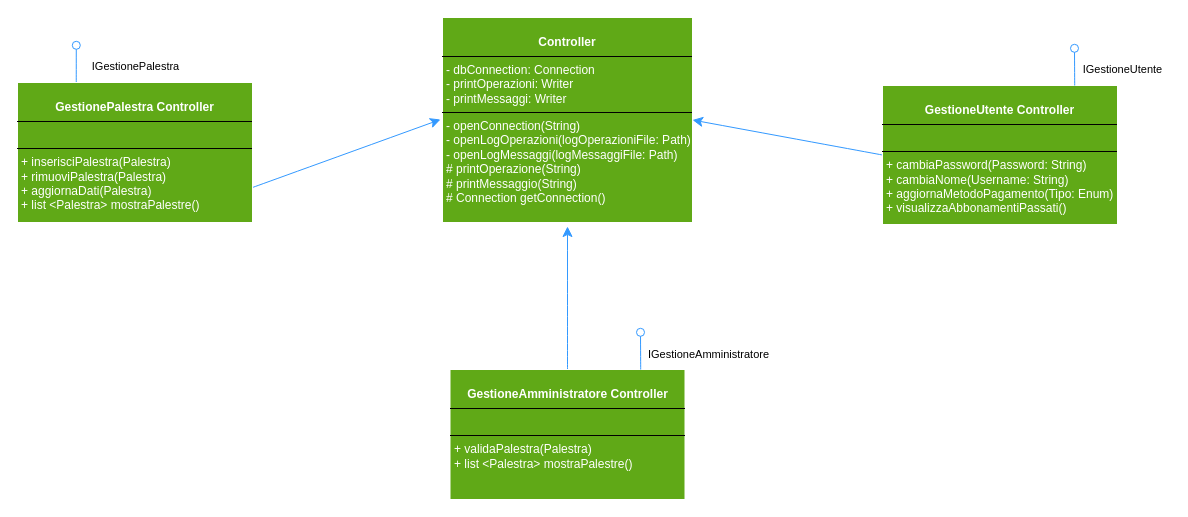
The draw.io diagram Diagrammi_Package/gestioneUtente2.drawio in JosephBoom02/Progetto_Ingegneria_del_Software, before the edit. Source tidied: cells renumbered, new cells numbered last; positions are measured from the earlier drawing's top-left corner, leaving out a move shared by most shapes. Both pictures are drawn from the tidied source at 100%, with x=0, y=0 at pixel (17, 17).
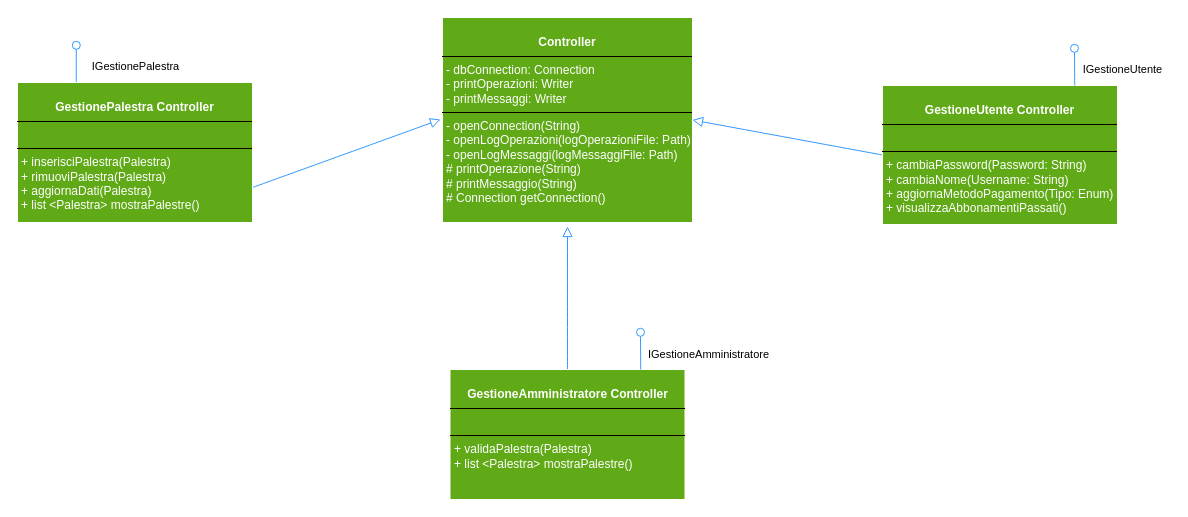
The same page after the edit.

Diff of the diagram source:
```diff
@@
 <mxGraphModel>
   <root>
     <mxCell id="0" />
     <mxCell id="1" parent="0" />
-    <mxCell id="2" style="edgeStyle=none;curved=1;rounded=0;jettySize=auto;html=1;exitX=0;exitY=0.5;exitDx=0;exitDy=0;entryX=1;entryY=0.5;entryDx=0;entryDy=0;fontSize=12;startSize=8;endSize=8;strokeColor=#3399FF;" parent="1" edge="1" source="3" target="9">
+    <mxCell id="2" style="edgeStyle=none;curved=1;rounded=0;jettySize=auto;html=1;exitX=0;exitY=0.5;exitDx=0;exitDy=0;entryX=1;entryY=0.5;entryDx=0;entryDy=0;fontSize=12;startSize=8;endSize=8;strokeColor=#3399FF;endArrow=block;endFill=0;" parent="1" edge="1" source="3" target="9">
       <mxGeometry relative="1" as="geometry" />
     </mxCell>
     <mxCell id="3" value="&lt;p style=&quot;margin:0px;margin-top:4px;text-align:center;&quot;&gt;&lt;font color=&quot;#ffffff&quot;&gt;&lt;br&gt;&lt;b&gt;GestioneUtente Controller&lt;br&gt;&lt;/b&gt;&lt;/font&gt;&lt;/p&gt;&lt;hr size=&quot;1&quot; style=&quot;border-style:solid;&quot;&gt;&lt;p style=&quot;margin:0px;margin-left:4px;&quot;&gt;&lt;font color=&quot;#ffffff&quot;&gt;&lt;br&gt;&lt;/font&gt;&lt;/p&gt;&lt;hr size=&quot;1&quot; style=&quot;border-style:solid;&quot;&gt;&lt;p style=&quot;margin:0px;margin-left:4px;&quot;&gt;&lt;font color=&quot;#ffffff&quot;&gt;+ cambiaPassword(Password: String)&amp;nbsp;&lt;/font&gt;&lt;/p&gt;&lt;p style=&quot;margin:0px;margin-left:4px;&quot;&gt;&lt;font color=&quot;#ffffff&quot;&gt;+ cambiaNome(Username: String)&lt;br&gt;&lt;/font&gt;&lt;/p&gt;&lt;p style=&quot;margin:0px;margin-left:4px;&quot;&gt;&lt;font color=&quot;#ffffff&quot;&gt;+ aggiornaMetodoPagamento(Tipo: Enum)&lt;br&gt;&lt;/font&gt;&lt;/p&gt;&lt;p style=&quot;margin:0px;margin-left:4px;&quot;&gt;&lt;font color=&quot;#ffffff&quot;&gt;+ visualizzaAbbonamentiPassati()&lt;br&gt;&lt;/font&gt;&lt;/p&gt;" style="verticalAlign=top;align=left;overflow=fill;html=1;whiteSpace=wrap;fillColor=#60A917;strokeColor=#FFFFFF;" parent="1" vertex="1">
       <mxGeometry x="865" y="68" width="235" height="139" as="geometry" />
     </mxCell>
-    <mxCell id="4" style="edgeStyle=none;curved=1;rounded=0;jettySize=auto;html=1;exitX=1;exitY=0.75;exitDx=0;exitDy=0;fontSize=12;startSize=8;endSize=8;strokeColor=#3399FF;" parent="1" edge="1" source="6">
+    <mxCell id="4" style="edgeStyle=none;curved=1;rounded=0;jettySize=auto;html=1;exitX=1;exitY=0.75;exitDx=0;exitDy=0;fontSize=12;startSize=8;endSize=8;strokeColor=#3399FF;endArrow=block;endFill=0;" parent="1" edge="1" source="6">
       <mxGeometry relative="1" as="geometry">
         <mxPoint x="423" y="102" as="targetPoint" />
       </mxGeometry>
     </mxCell>
     <mxCell id="5" style="edgeStyle=none;curved=1;rounded=0;jettySize=auto;html=1;exitX=0.25;exitY=0;exitDx=0;exitDy=0;fontSize=12;startSize=8;endSize=8;endArrow=oval;endFill=0;strokeColor=#3399FF;" parent="1" edge="1" source="6">
       <mxGeometry relative="1" as="geometry">
         <mxPoint x="58.8" y="27.8" as="targetPoint" />
       </mxGeometry>
     </mxCell>
     <mxCell id="6" value="&lt;p style=&quot;margin:0px;margin-top:4px;text-align:center;&quot;&gt;&lt;font color=&quot;#ffffff&quot;&gt;&lt;br&gt;&lt;b&gt;GestionePalestra Controller&lt;br&gt;&lt;/b&gt;&lt;/font&gt;&lt;/p&gt;&lt;hr size=&quot;1&quot; style=&quot;border-style:solid;&quot;&gt;&lt;p style=&quot;margin:0px;margin-left:4px;&quot;&gt;&lt;font color=&quot;#ffffff&quot;&gt;&lt;br&gt;&lt;/font&gt;&lt;/p&gt;&lt;hr size=&quot;1&quot; style=&quot;border-style:solid;&quot;&gt;&lt;p style=&quot;margin:0px;margin-left:4px;&quot;&gt;&lt;font color=&quot;#ffffff&quot;&gt;+ inserisciPalestra(Palestra)&lt;/font&gt;&lt;/p&gt;&lt;p style=&quot;margin:0px;margin-left:4px;&quot;&gt;&lt;font color=&quot;#ffffff&quot;&gt;+ rimuoviPalestra(Palestra)&lt;/font&gt;&lt;/p&gt;&lt;p style=&quot;margin:0px;margin-left:4px;&quot;&gt;&lt;font color=&quot;#ffffff&quot;&gt;+ aggiornaDati(Palestra)&lt;/font&gt;&lt;/p&gt;&lt;p style=&quot;margin:0px;margin-left:4px;&quot;&gt;&lt;font color=&quot;#ffffff&quot;&gt;+ list &amp;lt;Palestra&amp;gt; mostraPalestre()&lt;br&gt;&lt;/font&gt;&lt;/p&gt;" style="verticalAlign=top;align=left;overflow=fill;html=1;whiteSpace=wrap;fillColor=#60A917;strokeColor=#FFFFFF;" parent="1" vertex="1">
       <mxGeometry y="65" width="235" height="140" as="geometry" />
     </mxCell>
-    <mxCell id="7" style="edgeStyle=none;curved=1;rounded=0;jettySize=auto;html=1;exitX=0.5;exitY=0;exitDx=0;exitDy=0;fontSize=12;startSize=8;endSize=8;strokeColor=#3399FF;" parent="1" edge="1" source="8">
+    <mxCell id="7" style="edgeStyle=none;curved=1;rounded=0;jettySize=auto;html=1;exitX=0.5;exitY=0;exitDx=0;exitDy=0;fontSize=12;startSize=8;endSize=8;strokeColor=#3399FF;endArrow=block;endFill=0;" parent="1" edge="1" source="8">
       <mxGeometry relative="1" as="geometry">
         <mxPoint x="550" y="209" as="targetPoint" />
       </mxGeometry>
     </mxCell>
     <mxCell id="8" value="&lt;p style=&quot;margin:0px;margin-top:4px;text-align:center;&quot;&gt;&lt;font color=&quot;#ffffff&quot;&gt;&lt;br&gt;&lt;b&gt;GestioneAmministratore Controller&lt;/b&gt;&lt;/font&gt;&lt;/p&gt;&lt;hr size=&quot;1&quot; style=&quot;border-style:solid;&quot;&gt;&lt;p style=&quot;margin:0px;margin-left:4px;&quot;&gt;&lt;font color=&quot;#ffffff&quot;&gt;&lt;br&gt;&lt;/font&gt;&lt;/p&gt;&lt;hr size=&quot;1&quot; style=&quot;border-style:solid;&quot;&gt;&lt;p style=&quot;margin:0px;margin-left:4px;&quot;&gt;&lt;font color=&quot;#ffffff&quot;&gt;+ validaPalestra(Palestra)&lt;/font&gt;&lt;/p&gt;&lt;p style=&quot;margin:0px;margin-left:4px;&quot;&gt;&lt;font color=&quot;#ffffff&quot;&gt;+ list &amp;lt;Palestra&amp;gt; mostraPalestre()&lt;br&gt;&lt;/font&gt;&lt;/p&gt;" style="verticalAlign=top;align=left;overflow=fill;html=1;whiteSpace=wrap;fillColor=#60A917;strokeColor=#FFFFFF;" parent="1" vertex="1">
       <mxGeometry x="432.5" y="352" width="235" height="130" as="geometry" />
     </mxCell>
     <mxCell id="9" value="&lt;br&gt;&lt;p style=&quot;margin:0px;margin-top:4px;text-align:center;&quot;&gt;&lt;font color=&quot;#ffffff&quot;&gt;&lt;b&gt;Controller&lt;/b&gt;&lt;/font&gt;&lt;/p&gt;&lt;hr size=&quot;1&quot; style=&quot;border-style:solid;&quot;&gt;&lt;p style=&quot;margin:0px;margin-left:4px;&quot;&gt;&lt;font color=&quot;#ffffff&quot;&gt;- dbConnection: Connection&lt;br&gt;&lt;/font&gt;&lt;/p&gt;&lt;p style=&quot;margin:0px;margin-left:4px;&quot;&gt;&lt;font color=&quot;#ffffff&quot;&gt;- printOperazioni: Writer&lt;/font&gt;&lt;/p&gt;&lt;p style=&quot;margin:0px;margin-left:4px;&quot;&gt;&lt;font color=&quot;#ffffff&quot;&gt;- printMessaggi: Writer&lt;br&gt;&lt;/font&gt;&lt;/p&gt;&lt;hr size=&quot;1&quot; style=&quot;border-style:solid;&quot;&gt;&lt;p style=&quot;margin:0px;margin-left:4px;&quot;&gt;&lt;font color=&quot;#ffffff&quot;&gt;- openConnection(String)&lt;/font&gt;&lt;/p&gt;&lt;p style=&quot;margin:0px;margin-left:4px;&quot;&gt;&lt;font color=&quot;#ffffff&quot;&gt;- openLogOperazioni(logOperazioniFile: Path)&lt;br&gt;&lt;/font&gt;&lt;/p&gt;&lt;p style=&quot;margin:0px;margin-left:4px;&quot;&gt;&lt;font color=&quot;#ffffff&quot;&gt;- openLogMessaggi(logMessaggiFile: Path)&lt;/font&gt;&lt;/p&gt;&lt;p style=&quot;margin:0px;margin-left:4px;&quot;&gt;&lt;font color=&quot;#ffffff&quot;&gt;# printOperazione(String)&lt;/font&gt;&lt;/p&gt;&lt;p style=&quot;margin:0px;margin-left:4px;&quot;&gt;&lt;font color=&quot;#ffffff&quot;&gt;# printMessaggio(String)&lt;br&gt;&lt;/font&gt;&lt;/p&gt;&lt;p style=&quot;margin:0px;margin-left:4px;&quot;&gt;&lt;font color=&quot;#ffffff&quot;&gt;# Connection getConnection()&lt;br&gt;&lt;/font&gt;&lt;/p&gt;" style="verticalAlign=top;align=left;overflow=fill;html=1;whiteSpace=wrap;fillColor=#60A917;strokeColor=#FFFFFF;" parent="1" vertex="1">
       <mxGeometry x="425" width="250" height="205" as="geometry" />
     </mxCell>
     <mxCell id="10" style="edgeStyle=none;curved=1;rounded=0;orthogonalLoop=1;jettySize=auto;html=1;exitX=0.25;exitY=0;exitDx=0;exitDy=0;fontSize=12;startSize=8;endSize=8;endArrow=oval;endFill=0;strokeColor=#3399FF;" parent="1" edge="1">
       <mxGeometry relative="1" as="geometry">
         <mxPoint x="1057.2" y="68" as="sourcePoint" />
         <mxPoint x="1057" y="30.8" as="targetPoint" />
       </mxGeometry>
     </mxCell>
     <mxCell id="11" style="edgeStyle=none;curved=1;rounded=0;orthogonalLoop=1;jettySize=auto;html=1;exitX=0.25;exitY=0;exitDx=0;exitDy=0;fontSize=12;startSize=8;endSize=8;endArrow=oval;endFill=0;strokeColor=#3399FF;" parent="1" edge="1">
       <mxGeometry relative="1" as="geometry">
         <mxPoint x="623.2" y="352" as="sourcePoint" />
         <mxPoint x="623" y="314.8" as="targetPoint" />
       </mxGeometry>
     </mxCell>
     <mxCell id="12" value="&lt;font style=&quot;font-size: 11px;&quot;&gt;IGestioneAmministratore&lt;/font&gt;" style="text;html=1;align=center;verticalAlign=middle;strokeColor=none;fillColor=none;fontSize=16;" parent="1" vertex="1">
       <mxGeometry x="622" y="319" width="138" height="31" as="geometry" />
     </mxCell>
     <mxCell id="13" value="&lt;font style=&quot;font-size: 11px;&quot;&gt;IGestioneUtente&lt;/font&gt;" style="text;html=1;align=center;verticalAlign=middle;strokeColor=none;fillColor=none;fontSize=16;" parent="1" vertex="1">
       <mxGeometry x="1056.5" y="34.5" width="97" height="31" as="geometry" />
     </mxCell>
     <mxCell id="14" value="&lt;font style=&quot;font-size: 11px;&quot;&gt;IGestionePalestra&lt;/font&gt;" style="text;html=1;align=center;verticalAlign=middle;strokeColor=none;fillColor=none;fontSize=16;" parent="1" vertex="1">
       <mxGeometry x="65" y="31" width="105" height="31" as="geometry" />
     </mxCell>
   </root>
 </mxGraphModel>
```
